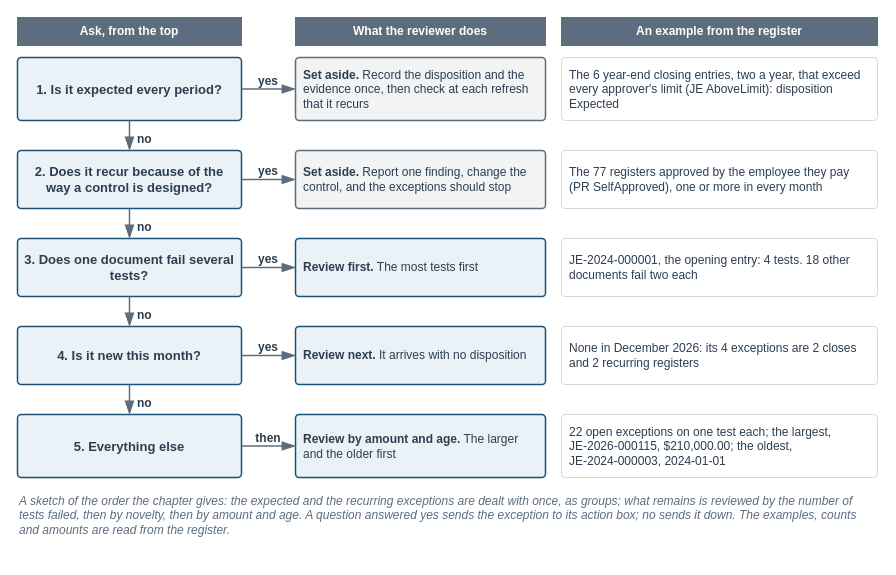
This is facts/instructor/figures/chapter-16-audit-monitoring/IF-16-0-D.drawio from mmcodesso/Accounting_Analytics_Book, a draw.io file, before an edit. Source tidied: cells renumbered, new cells numbered last; positions are measured from the earlier drawing's top-left corner, leaving out a move shared by most shapes. Both pictures are drawn from the tidied source at 100%, with x=0, y=0 at pixel (17, 17).
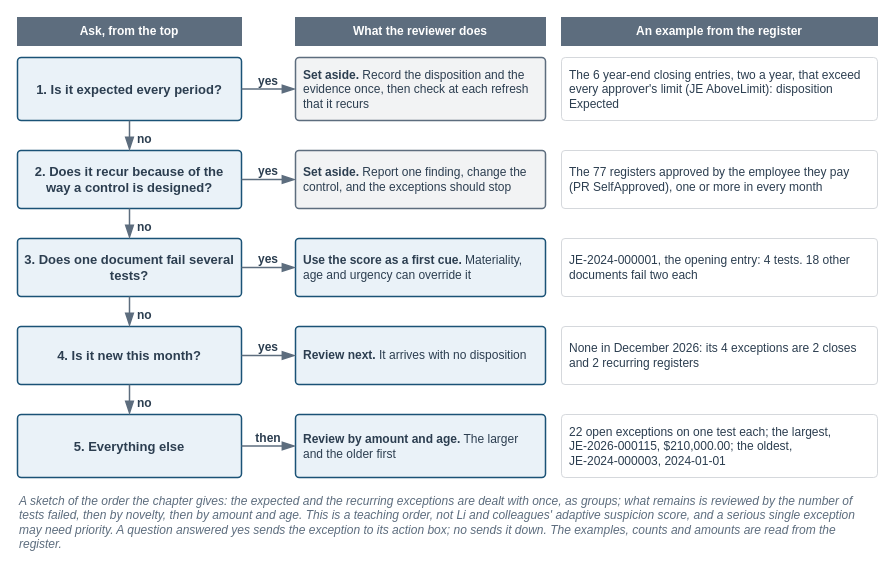
Above is the later version.

What changed in the source:
```diff
@@
     <mxCell id="2" style="rounded=0;html=1;fillColor=none;strokeColor=none;" parent="1" vertex="1">
-      <mxGeometry width="860" height="525" as="geometry" />
+      <mxGeometry width="860" height="540" as="geometry" />
     </mxCell>
@@
-    <mxCell id="17" value="&lt;b&gt;Review first.&lt;/b&gt; The most tests first" style="rounded=1;arcSize=6;whiteSpace=wrap;html=1;fillColor=#EAF2F8;strokeColor=#1A5276;strokeWidth=1.5;fontColor=#2C3E50;fontSize=12;fontStyle=0;align=left;verticalAlign=middle;fontFamily=Helvetica;spacingLeft=6;spacingRight=6;" parent="1" vertex="1">
+    <mxCell id="17" value="&lt;b&gt;Use the score as a first cue.&lt;/b&gt; Materiality, age and urgency can override it" style="rounded=1;arcSize=6;whiteSpace=wrap;html=1;fillColor=#EAF2F8;strokeColor=#1A5276;strokeWidth=1.5;fontColor=#2C3E50;fontSize=12;fontStyle=0;align=left;verticalAlign=middle;fontFamily=Helvetica;spacingLeft=6;spacingRight=6;" parent="1" vertex="1">
       <mxGeometry x="278" y="221" width="250" height="58" as="geometry" />
     </mxCell>
@@
-    <mxCell id="39" value="&lt;i&gt;A sketch of the order the chapter gives: the expected and the recurring exceptions are dealt with once, as groups; what remains is reviewed by the number of tests failed, then by novelty, then by amount and age. A question answered yes sends the exception to its action box; no sends it down. The examples, counts and amounts are read from the register.&lt;/i&gt;" style="text;html=1;whiteSpace=wrap;align=left;verticalAlign=top;fontSize=12;fontColor=#5D6D7E;fontStyle=0;fontFamily=Helvetica;spacing=2;fillColor=none;strokeColor=none;" parent="1" vertex="1">
-      <mxGeometry y="470" width="860" height="53" as="geometry" />
+    <mxCell id="39" value="&lt;i&gt;A sketch of the order the chapter gives: the expected and the recurring exceptions are dealt with once, as groups; what remains is reviewed by the number of tests failed, then by novelty, then by amount and age. This is a teaching order, not Li and colleagues' adaptive suspicion score, and a serious single exception may need priority. A question answered yes sends the exception to its action box; no sends it down. The examples, counts and amounts are read from the register.&lt;/i&gt;" style="text;html=1;whiteSpace=wrap;align=left;verticalAlign=top;fontSize=12;fontColor=#5D6D7E;fontStyle=0;fontFamily=Helvetica;spacing=2;fillColor=none;strokeColor=none;" parent="1" vertex="1">
+      <mxGeometry y="470" width="860" height="68" as="geometry" />
     </mxCell>
```
